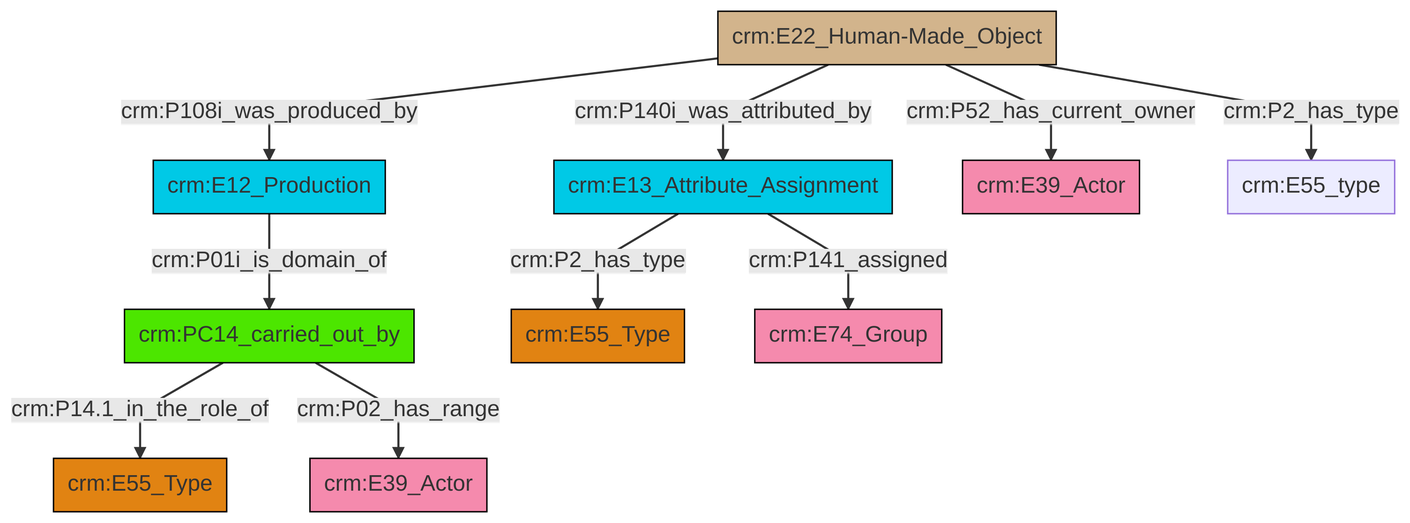
Above: et/builtWorkCSV/ttl/mmd/png/Built_Work_actor_relations.png in swiss-art-research-net/docs.swissartresearch (Mermaid), before the change. Its source is kept beside it as et/builtWorkCSV/ttl/mmd/Built_Work_actor_relations.ttl.mmd.
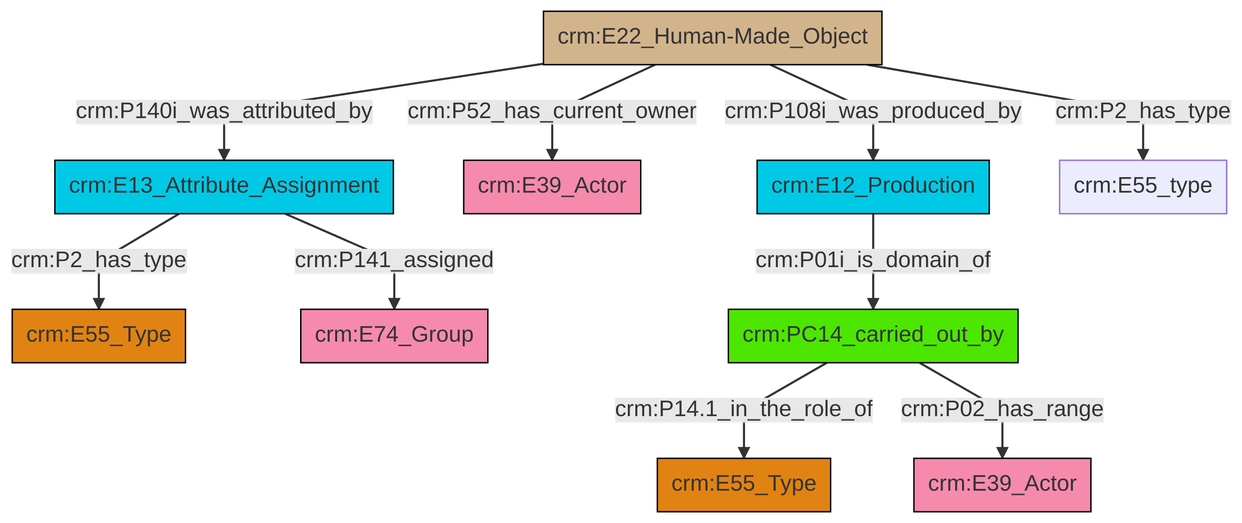
After the commit.

Change to the diagram source:
```diff
@@ -13,12 +13,12 @@
 classDef PC_Classes fill:#4ce600, stroke:#000000;
 classDef Multi fill:#cccccc,stroke:#000000;
 
-0["crm:E22_Human-Made_Object"]:::Physical_Thing -->|crm:P108i_was_produced_by| 1["crm:E12_Production"]:::Temporal_Entity
-2["crm:PC14_carried_out_by"]:::PC_Classes -->|crm:P14.1_in_the_role_of| 3["crm:E55_Type"]:::Type
-4["crm:E13_Attribute_Assignment"]:::Temporal_Entity -->|crm:P2_has_type| 5["crm:E55_Type"]:::Type
-2["crm:PC14_carried_out_by"]:::PC_Classes -->|crm:P02_has_range| 10["crm:E39_Actor"]:::Actor
-0["crm:E22_Human-Made_Object"]:::Physical_Thing -->|crm:P140i_was_attributed_by| 4["crm:E13_Attribute_Assignment"]:::Temporal_Entity
-1["crm:E12_Production"]:::Temporal_Entity -->|crm:P01i_is_domain_of| 2["crm:PC14_carried_out_by"]:::PC_Classes
-0["crm:E22_Human-Made_Object"]:::Physical_Thing -->|crm:P52_has_current_owner| 7["crm:E39_Actor"]:::Actor
-0["crm:E22_Human-Made_Object"]:::Physical_Thing -->|crm:P2_has_type| 15["crm:E55_type"]:::Default
-4["crm:E13_Attribute_Assignment"]:::Temporal_Entity -->|crm:P141_assigned| 19["crm:E74_Group"]:::Actor
+0["crm:E13_Attribute_Assignment"]:::Temporal_Entity -->|crm:P141_assigned| 4["crm:E74_Group"]:::Actor
+11["crm:PC14_carried_out_by"]:::PC_Classes -->|crm:P14.1_in_the_role_of| 12["crm:E55_Type"]:::Type
+15["crm:E22_Human-Made_Object"]:::Physical_Thing -->|crm:P2_has_type| 17["crm:E55_type"]:::Default
+15["crm:E22_Human-Made_Object"]:::Physical_Thing -->|crm:P108i_was_produced_by| 13["crm:E12_Production"]:::Temporal_Entity
+13["crm:E12_Production"]:::Temporal_Entity -->|crm:P01i_is_domain_of| 11["crm:PC14_carried_out_by"]:::PC_Classes
+15["crm:E22_Human-Made_Object"]:::Physical_Thing -->|crm:P52_has_current_owner| 6["crm:E39_Actor"]:::Actor
+11["crm:PC14_carried_out_by"]:::PC_Classes -->|crm:P02_has_range| 9["crm:E39_Actor"]:::Actor
+0["crm:E13_Attribute_Assignment"]:::Temporal_Entity -->|crm:P2_has_type| 2["crm:E55_Type"]:::Type
+15["crm:E22_Human-Made_Object"]:::Physical_Thing -->|crm:P140i_was_attributed_by| 0["crm:E13_Attribute_Assignment"]:::Temporal_Entity
```
